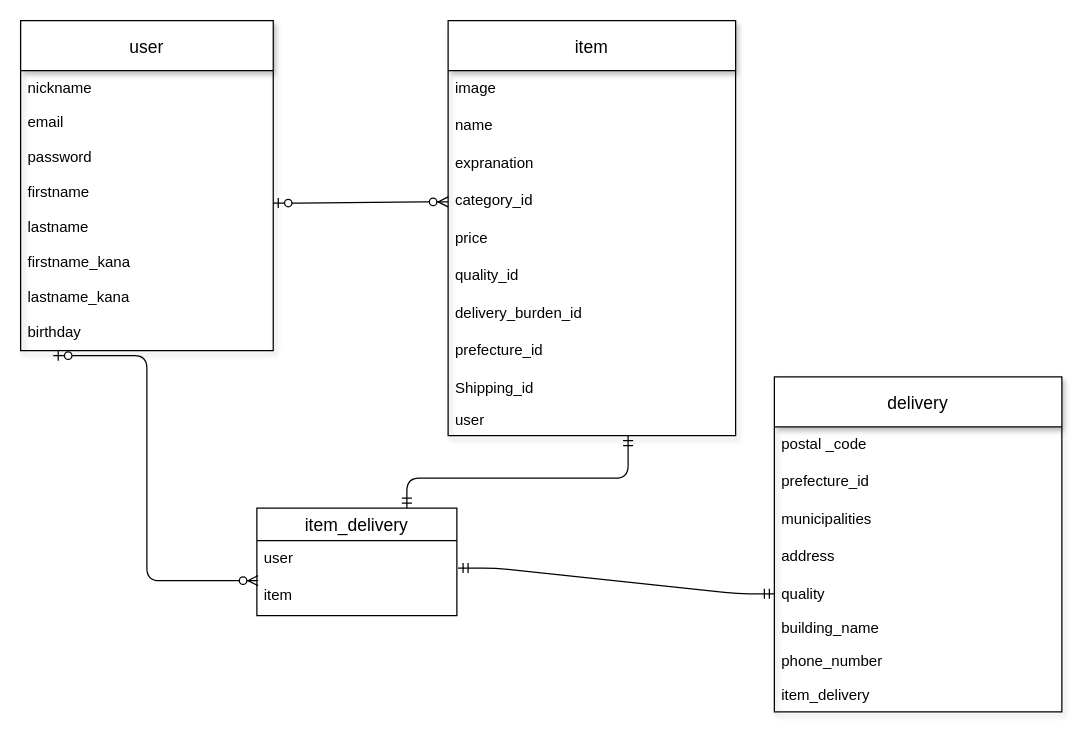
banana38ruy/furima-32992 keeps this draw.io diagram as page "ページ1" (1 of 2) of hurimaEr.dio. Above is the earlier version. Source tidied: cells renumbered, new cells numbered last; positions are measured from the earlier drawing's top-left corner, leaving out a move shared by most shapes. Both pictures are drawn from the tidied source at 125%, with x=0, y=0 at pixel (20, 20).
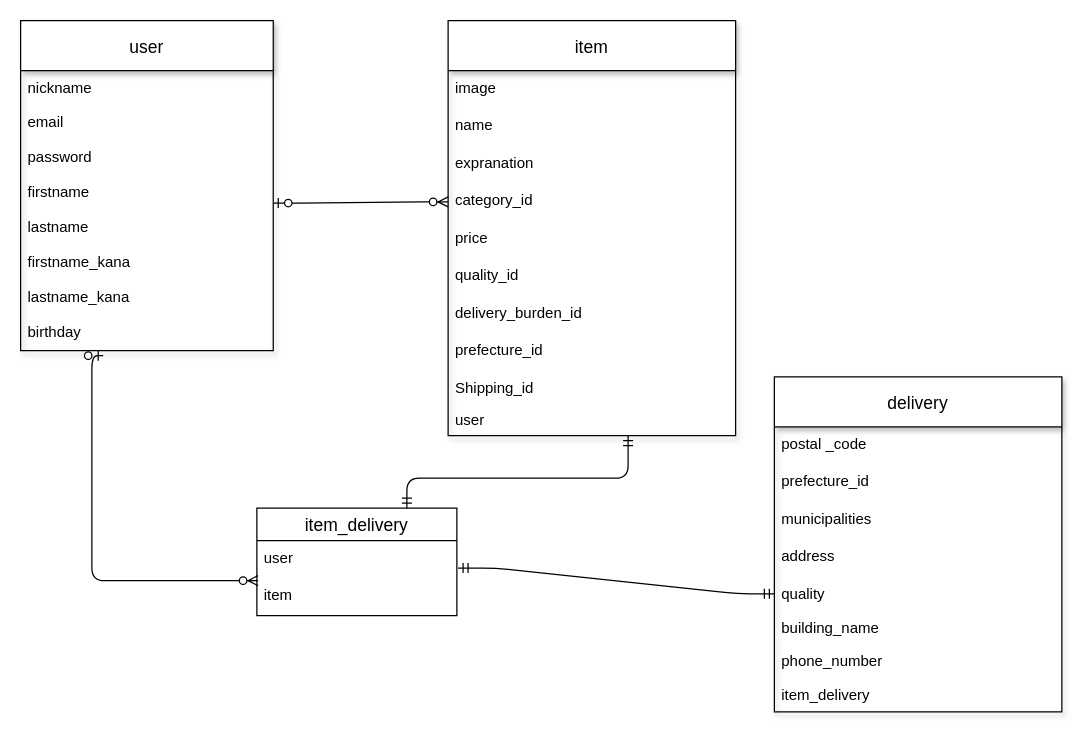
Above is the later version.

The change refers to these unchanged cells:
```xml
<mxCell id="24" value="item" style="text;strokeColor=none;fillColor=none;spacingLeft=4;spacingRight=4;overflow=hidden;points=[[0,0.5],[1,0.5]];portConstraint=eastwest;fontSize=12;" parent="22" vertex="1">
  <mxGeometry y="56" width="160" height="30" as="geometry" />
</mxCell>
<mxCell id="33" value="birthday" style="text;strokeColor=none;fillColor=none;spacingLeft=4;spacingRight=4;overflow=hidden;points=[[0,0.5],[1,0.5]];portConstraint=eastwest;fontSize=12;" parent="25" vertex="1">
  <mxGeometry y="235.6" width="202.1" height="28.4" as="geometry" />
</mxCell>
```

Diff of the diagram source:
```diff
@@
-    <mxCell id="34" style="edgeStyle=elbowEdgeStyle;fontSize=12;html=1;endArrow=ERzeroToMany;startArrow=ERzeroToOne;entryX=0.006;entryY=0.067;entryDx=0;entryDy=0;entryPerimeter=0;exitX=0.129;exitY=1.141;exitDx=0;exitDy=0;exitPerimeter=0;" parent="1" edge="1" source="33" target="24">
+    <mxCell id="34" style="edgeStyle=elbowEdgeStyle;fontSize=12;html=1;endArrow=ERzeroToMany;startArrow=ERzeroToOne;entryX=0.006;entryY=0.067;entryDx=0;entryDy=0;entryPerimeter=0;exitX=0.327;exitY=1.141;exitDx=0;exitDy=0;exitPerimeter=0;" parent="1" edge="1" source="33" target="24">
       <mxGeometry relative="1" as="geometry">
         <Array as="points">
+          <mxPoint x="57" y="393" />
+          <mxPoint x="84" y="294" />
           <mxPoint x="101" y="363" />
           <mxPoint x="24" y="390" />
           <mxPoint x="24" y="387" />
         </Array>
       </mxGeometry>
     </mxCell>
```
